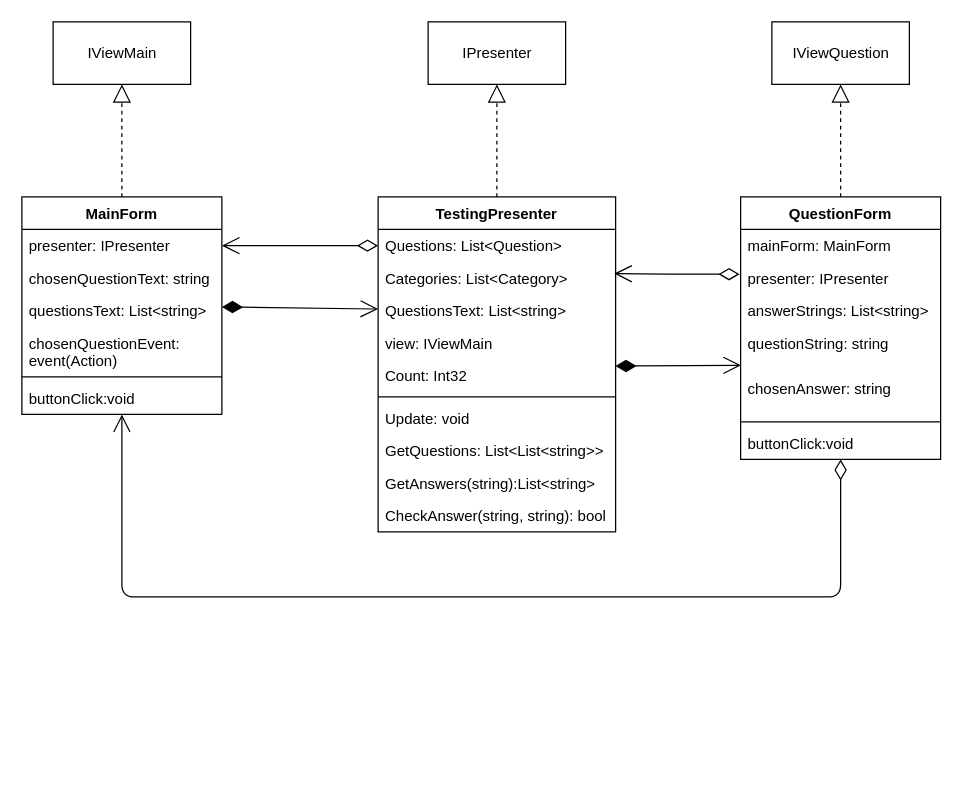
The draw.io diagram ViewsClassDiagram.drawio in Vladoffz/MMTSD, before the edit. Source tidied: cells renumbered, new cells numbered last; positions are measured from the earlier drawing's top-left corner, leaving out a move shared by most shapes. Both pictures are drawn from the tidied source at 125%, with x=0, y=0 at pixel (21, 21).
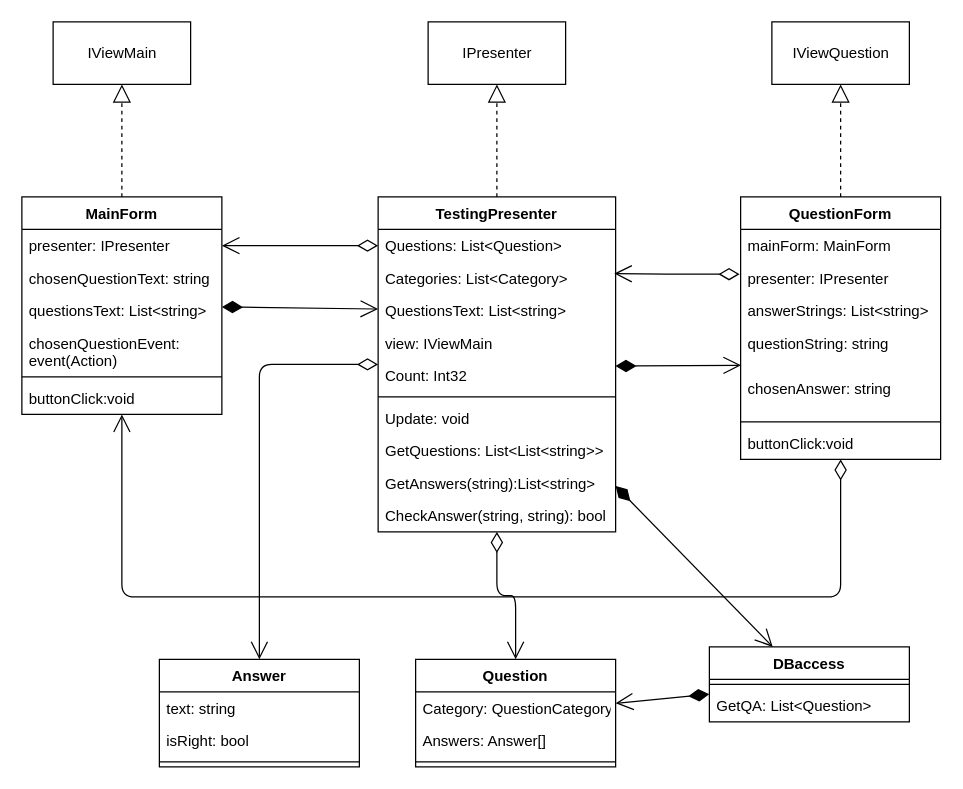
The same diagram, later.

The change refers to these unchanged cells:
```xml
<mxCell id="11" value="TestingPresenter" style="swimlane;fontStyle=1;align=center;verticalAlign=top;horizontal=1;startSize=26;" parent="1" vertex="1">
  <mxGeometry x="285" y="140" width="190" height="268" as="geometry" />
</mxCell>
```

Change to the diagram source:
```diff
@@
+    <mxCell id="39" value="Answer" style="swimlane;fontStyle=1;align=center;verticalAlign=top;horizontal=1;startSize=26;" parent="1" vertex="1">
+      <mxGeometry x="110" y="510" width="160" height="86" as="geometry" />
+    </mxCell>
+    <mxCell id="40" value="text: string" style="text;strokeColor=none;fillColor=none;align=left;verticalAlign=top;spacingLeft=4;spacingRight=4;overflow=hidden;" parent="39" vertex="1">
+      <mxGeometry y="26" width="160" height="26" as="geometry" />
+    </mxCell>
+    <mxCell id="41" value="isRight: bool" style="text;strokeColor=none;fillColor=none;align=left;verticalAlign=top;spacingLeft=4;spacingRight=4;overflow=hidden;" parent="39" vertex="1">
+      <mxGeometry y="52" width="160" height="26" as="geometry" />
+    </mxCell>
+    <mxCell id="42" style="line;strokeWidth=1;fillColor=none;align=left;verticalAlign=middle;spacingTop=-1;spacingLeft=3;spacingRight=3;labelPosition=right;" parent="39" vertex="1">
+      <mxGeometry y="78" width="160" height="8" as="geometry" />
+    </mxCell>
+    <mxCell id="43" style="endArrow=open;html=1;endSize=12;startArrow=diamondThin;startSize=14;startFill=0;edgeStyle=orthogonalEdgeStyle;align=left;verticalAlign=bottom;" parent="1" edge="1" source="11" target="39">
+      <mxGeometry x="-1" y="3" relative="1" as="geometry" />
+    </mxCell>
+    <mxCell id="44" value="Question" style="swimlane;fontStyle=1;align=center;verticalAlign=top;horizontal=1;startSize=26;" parent="1" vertex="1">
+      <mxGeometry x="315" y="510" width="160" height="86" as="geometry" />
+    </mxCell>
+    <mxCell id="45" value="Category: QuestionCategory" style="text;strokeColor=none;fillColor=none;align=left;verticalAlign=top;spacingLeft=4;spacingRight=4;overflow=hidden;" parent="44" vertex="1">
+      <mxGeometry y="26" width="160" height="26" as="geometry" />
+    </mxCell>
+    <mxCell id="46" value="Answers: Answer[]" style="text;strokeColor=none;fillColor=none;align=left;verticalAlign=top;spacingLeft=4;spacingRight=4;overflow=hidden;" parent="44" vertex="1">
+      <mxGeometry y="52" width="160" height="26" as="geometry" />
+    </mxCell>
+    <mxCell id="47" style="line;strokeWidth=1;fillColor=none;align=left;verticalAlign=middle;spacingTop=-1;spacingLeft=3;spacingRight=3;labelPosition=right;" parent="44" vertex="1">
+      <mxGeometry y="78" width="160" height="8" as="geometry" />
+    </mxCell>
+    <mxCell id="48" style="endArrow=open;html=1;endSize=12;startArrow=diamondThin;startSize=14;startFill=0;edgeStyle=orthogonalEdgeStyle;align=left;verticalAlign=bottom;" parent="1" edge="1" source="11" target="44">
+      <mxGeometry x="-1" y="3" relative="1" as="geometry" />
+    </mxCell>
+    <mxCell id="49" value="DBaccess" style="swimlane;fontStyle=1;align=center;verticalAlign=top;horizontal=1;startSize=26;" parent="1" vertex="1">
+      <mxGeometry x="550" y="500" width="160" height="60" as="geometry" />
+    </mxCell>
+    <mxCell id="50" style="line;strokeWidth=1;fillColor=none;align=left;verticalAlign=middle;spacingTop=-1;spacingLeft=3;spacingRight=3;labelPosition=right;" parent="49" vertex="1">
+      <mxGeometry y="26" width="160" height="8" as="geometry" />
+    </mxCell>
+    <mxCell id="51" value="GetQA: List&lt;Question&gt;" style="text;strokeColor=none;fillColor=none;align=left;verticalAlign=top;spacingLeft=4;spacingRight=4;overflow=hidden;" parent="49" vertex="1">
+      <mxGeometry y="34" width="160" height="26" as="geometry" />
+    </mxCell>
+    <mxCell id="52" style="endArrow=open;html=1;endSize=12;startArrow=diamondThin;startSize=14;startFill=1;align=left;verticalAlign=bottom;" parent="1" edge="1" source="11" target="49">
+      <mxGeometry x="-1" y="3" relative="1" as="geometry" />
+    </mxCell>
+    <mxCell id="53" style="endArrow=open;html=1;endSize=12;startArrow=diamondThin;startSize=14;startFill=1;align=left;verticalAlign=bottom;" parent="1" edge="1" source="49" target="44">
+      <mxGeometry x="-1" y="3" relative="1" as="geometry" />
+    </mxCell>
```
